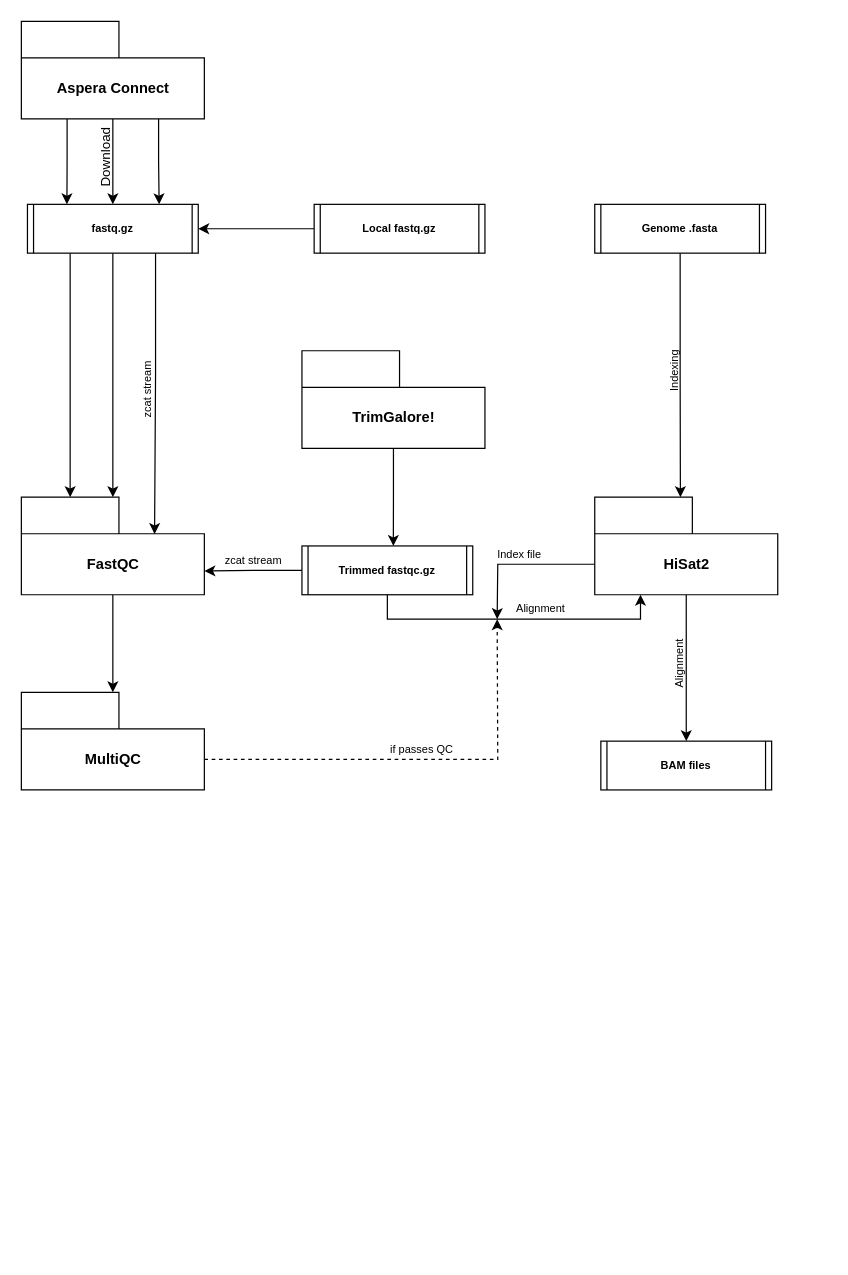
This is pipeline.drawio from Lewsey-Lab/lims-rnaseq, a draw.io file, before an edit. Source tidied: cells renumbered, new cells numbered last; positions are measured from the earlier drawing's top-left corner, leaving out a move shared by most shapes. Both pictures are drawn from the tidied source at 122%, with x=0, y=0 at pixel (21, 21).
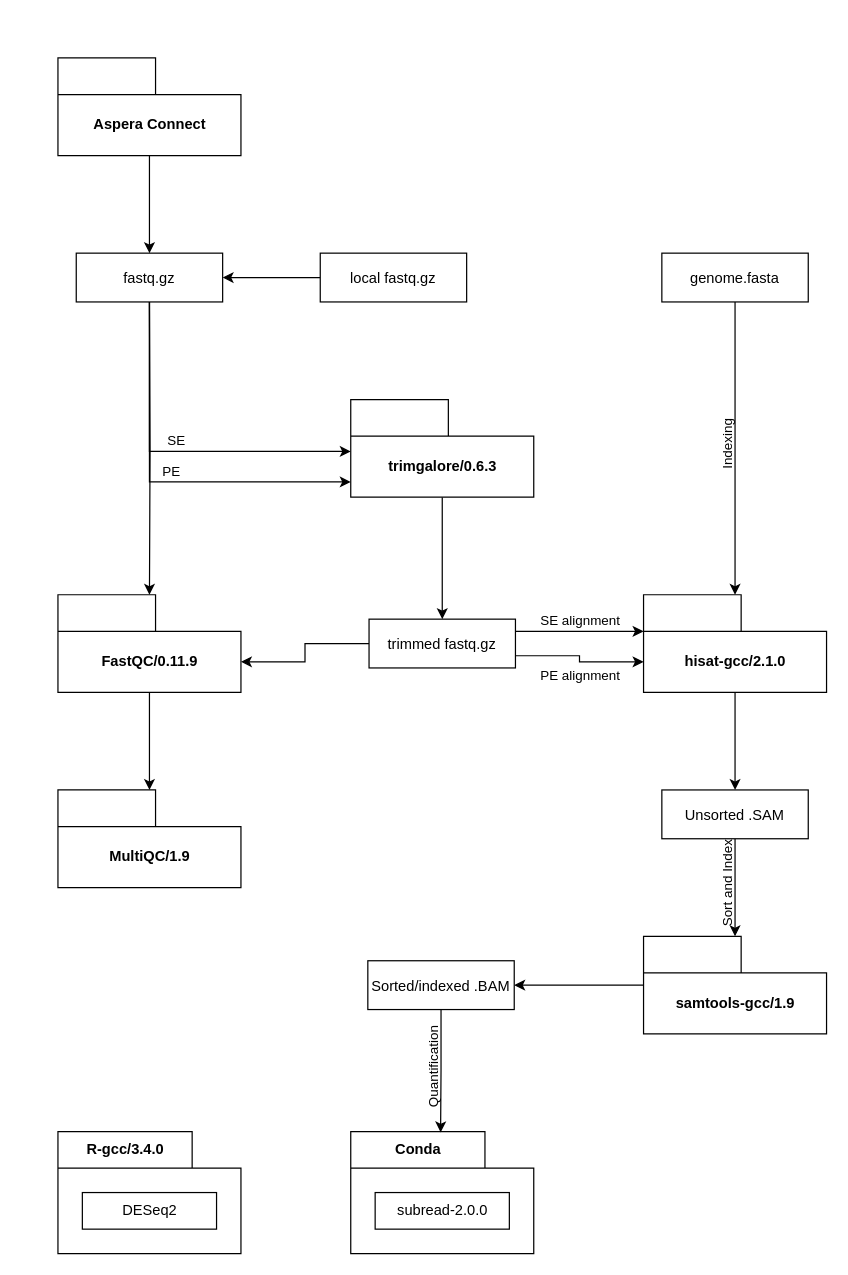
After the change.

Commit message:
updated pipeline diagram

The edit, as a diff of the source:
```diff
@@
-    <mxCell id="2" value="Alignment" style="edgeStyle=orthogonalEdgeStyle;rounded=0;jettySize=auto;labelBackgroundColor=none;fontSize=9;align=center;horizontal=0;verticalAlign=bottom;html=1;exitX=0.5;exitY=1;exitDx=0;exitDy=0;exitPerimeter=0;" parent="1" edge="1" source="25" target="26">
-      <mxGeometry relative="1" as="geometry" />
-    </mxCell>
-    <mxCell id="3" value="Download" style="edgeStyle=orthogonalEdgeStyle;rounded=0;jettySize=auto;html=1;exitX=0.5;exitY=1;exitDx=0;exitDy=0;exitPerimeter=0;entryX=0.5;entryY=0;entryDx=0;entryDy=0;align=center;horizontal=0;verticalAlign=bottom;labelBackgroundColor=none;" parent="1" edge="1" source="6" target="14">
-      <mxGeometry relative="1" as="geometry" />
-    </mxCell>
-    <mxCell id="4" style="edgeStyle=orthogonalEdgeStyle;rounded=0;jettySize=auto;html=1;exitX=0.25;exitY=1;exitDx=0;exitDy=0;exitPerimeter=0;entryX=0.231;entryY=0;entryDx=0;entryDy=0;entryPerimeter=0;align=center;" parent="1" edge="1" source="6" target="14">
-      <mxGeometry relative="1" as="geometry" />
-    </mxCell>
-    <mxCell id="5" style="edgeStyle=orthogonalEdgeStyle;rounded=0;jettySize=auto;html=1;exitX=0.75;exitY=1;exitDx=0;exitDy=0;exitPerimeter=0;align=center;entryX=0.771;entryY=0;entryDx=0;entryDy=0;entryPerimeter=0;" parent="1" edge="1" source="6" target="14">
-      <mxGeometry relative="1" as="geometry" />
-    </mxCell>
+    <mxCell id="27" style="edgeStyle=orthogonalEdgeStyle;rounded=0;jettySize=auto;html=1;" parent="1" edge="1" source="6" target="14">
+      <mxGeometry relative="1" as="geometry" />
+    </mxCell>
     <mxCell id="6" value="Aspera Connect" style="shape=folder;fontStyle=1;tabWidth=80;tabHeight=30;tabPosition=left;html=1;boundedLbl=1;" parent="1" vertex="1">
-      <mxGeometry width="150" height="80" as="geometry" />
+      <mxGeometry x="30" y="30" width="150" height="80" as="geometry" />
     </mxCell>
@@
-    <mxCell id="8" value="FastQC" style="shape=folder;fontStyle=1;tabWidth=80;tabHeight=30;tabPosition=left;html=1;boundedLbl=1;" parent="1" vertex="1">
-      <mxGeometry y="390" width="150" height="80" as="geometry" />
+    <mxCell id="8" value="FastQC/0.11.9" style="shape=folder;fontStyle=1;tabWidth=80;tabHeight=30;tabPosition=left;html=1;boundedLbl=1;" parent="1" vertex="1">
+      <mxGeometry x="30" y="470" width="150" height="80" as="geometry" />
     </mxCell>
-    <mxCell id="9" value="if passes QC" style="edgeStyle=orthogonalEdgeStyle;rounded=0;jettySize=auto;html=1;exitX=0;exitY=0;exitDx=150;exitDy=55;exitPerimeter=0;labelBackgroundColor=none;fontSize=9;align=center;dashed=1;horizontal=1;verticalAlign=bottom;" parent="1" edge="1" source="10">
-      <mxGeometry relative="1" as="geometry">
-        <mxPoint x="390" y="490" as="targetPoint" />
-      </mxGeometry>
-    </mxCell>
-    <mxCell id="10" value="MultiQC" style="shape=folder;fontStyle=1;tabWidth=80;tabHeight=30;tabPosition=left;html=1;boundedLbl=1;" parent="1" vertex="1">
-      <mxGeometry y="550" width="150" height="80" as="geometry" />
+    <mxCell id="10" value="MultiQC/1.9" style="shape=folder;fontStyle=1;tabWidth=80;tabHeight=30;tabPosition=left;html=1;boundedLbl=1;" parent="1" vertex="1">
+      <mxGeometry x="30" y="630" width="150" height="80" as="geometry" />
     </mxCell>
-    <mxCell id="11" style="edgeStyle=orthogonalEdgeStyle;rounded=0;jettySize=auto;html=1;exitX=0.5;exitY=1;exitDx=0;exitDy=0;align=center;horizontal=0;" parent="1" edge="1" source="14" target="8">
-      <mxGeometry relative="1" as="geometry" />
+    <mxCell id="11" style="edgeStyle=orthogonalEdgeStyle;rounded=0;jettySize=auto;html=1;exitX=0.5;exitY=1;exitDx=0;exitDy=0;align=center;horizontal=0;" parent="1" edge="1" target="8">
+      <mxGeometry relative="1" as="geometry">
+        <mxPoint x="105" y="230" as="sourcePoint" />
+      </mxGeometry>
     </mxCell>
-    <mxCell id="12" style="edgeStyle=orthogonalEdgeStyle;rounded=0;jettySize=auto;html=1;exitX=0.25;exitY=1;exitDx=0;exitDy=0;entryX=0;entryY=0;entryDx=40;entryDy=0;entryPerimeter=0;align=center;" parent="1" edge="1" source="14" target="8">
-      <mxGeometry relative="1" as="geometry" />
-    </mxCell>
-    <mxCell id="13" value="zcat stream" style="edgeStyle=orthogonalEdgeStyle;rounded=0;jettySize=auto;html=1;exitX=0.75;exitY=1;exitDx=0;exitDy=0;entryX=0.728;entryY=0.378;entryDx=0;entryDy=0;entryPerimeter=0;align=center;horizontal=0;verticalAlign=bottom;labelBackgroundColor=none;fontSize=9;" parent="1" edge="1" source="14" target="8">
-      <mxGeometry relative="1" as="geometry" />
-    </mxCell>
+    <mxCell id="28" style="edgeStyle=orthogonalEdgeStyle;rounded=0;jettySize=auto;html=1;exitX=0.5;exitY=1;exitDx=0;exitDy=0;exitPerimeter=0;labelBackgroundColor=none;" parent="1" edge="1" source="18" target="42">
+      <mxGeometry relative="1" as="geometry" />
+    </mxCell>
+    <mxCell id="18" value="trimgalore/0.6.3" style="shape=folder;fontStyle=1;tabWidth=80;tabHeight=30;tabPosition=left;html=1;boundedLbl=1;fontSize=12;flipV=0;" parent="1" vertex="1">
+      <mxGeometry x="270" y="310" width="150" height="80" as="geometry" />
+    </mxCell>
+    <mxCell id="29" style="edgeStyle=orthogonalEdgeStyle;rounded=0;jettySize=auto;html=1;exitX=0.5;exitY=1;exitDx=0;exitDy=0;exitPerimeter=0;entryX=0.5;entryY=0;entryDx=0;entryDy=0;labelBackgroundColor=none;" parent="1" edge="1" source="25" target="44">
+      <mxGeometry relative="1" as="geometry" />
+    </mxCell>
+    <mxCell id="25" value="hisat-gcc/2.1.0" style="shape=folder;fontStyle=1;tabWidth=80;tabHeight=30;tabPosition=left;html=1;boundedLbl=1;fontSize=12;" parent="1" vertex="1">
+      <mxGeometry x="510" y="470" width="150" height="80" as="geometry" />
+    </mxCell>
+    <mxCell id="30" value="Conda" style="shape=folder;fontStyle=1;tabWidth=110;tabHeight=30;tabPosition=left;html=1;boundedLbl=1;labelInHeader=1;" parent="1" vertex="1">
+      <mxGeometry x="270" y="910" width="150" height="100" as="geometry" />
+    </mxCell>
+    <mxCell id="31" value="subread-2.0.0" style="html=1;" parent="30" vertex="1">
+      <mxGeometry width="110" height="30" relative="1" as="geometry">
+        <mxPoint x="20" y="50" as="offset" />
+      </mxGeometry>
+    </mxCell>
+    <mxCell id="32" value="R-gcc/3.4.0" style="shape=folder;fontStyle=1;tabWidth=110;tabHeight=30;tabPosition=left;html=1;boundedLbl=1;labelInHeader=1;" parent="1" vertex="1">
+      <mxGeometry x="30" y="910" width="150" height="100" as="geometry" />
+    </mxCell>
+    <mxCell id="33" value="DESeq2" style="html=1;" parent="32" vertex="1">
+      <mxGeometry width="110" height="30" relative="1" as="geometry">
+        <mxPoint x="20" y="50" as="offset" />
+      </mxGeometry>
+    </mxCell>
+    <mxCell id="34" style="edgeStyle=orthogonalEdgeStyle;rounded=0;jettySize=auto;html=1;" parent="1" edge="1" source="37" target="14">
+      <mxGeometry relative="1" as="geometry" />
+    </mxCell>
+    <mxCell id="35" value="SE" style="edgeStyle=orthogonalEdgeStyle;rounded=0;jettySize=auto;html=1;exitX=0.5;exitY=1;exitDx=0;exitDy=0;entryX=0;entryY=0;entryDx=0;entryDy=42.5;entryPerimeter=0;labelBackgroundColor=none;verticalAlign=bottom;" parent="1" edge="1" source="14" target="18">
+      <mxGeometry relative="1" as="geometry" />
+    </mxCell>
+    <mxCell id="36" value="PE" style="edgeStyle=orthogonalEdgeStyle;rounded=0;jettySize=auto;html=1;exitX=0.5;exitY=1;exitDx=0;exitDy=0;entryX=0;entryY=0;entryDx=0;entryDy=67.5;entryPerimeter=0;labelBackgroundColor=none;verticalAlign=bottom;labelPosition=right;verticalLabelPosition=top;align=left;" parent="1" edge="1" source="14" target="18">
+      <mxGeometry relative="1" as="geometry" />
+    </mxCell>
-    <mxCell id="14" value="fastq.gz" style="shape=process2;fixedSize=1;size=5;fontStyle=1;fontSize=9;" parent="1" vertex="1">
-      <mxGeometry x="5" y="150" width="140" height="40" as="geometry" />
+    <mxCell id="14" value="fastq.gz" style="fontStyle=0;" parent="1" vertex="1">
+      <mxGeometry x="45" y="190" width="120" height="40" as="geometry" />
     </mxCell>
-    <mxCell id="15" style="edgeStyle=orthogonalEdgeStyle;rounded=0;jettySize=auto;html=1;exitX=0;exitY=0.5;exitDx=0;exitDy=0;entryX=1;entryY=0.5;entryDx=0;entryDy=0;labelBackgroundColor=none;fontSize=9;align=center;" parent="1" edge="1" source="16" target="14">
-      <mxGeometry relative="1" as="geometry" />
-    </mxCell>
-    <mxCell id="16" value="Local fastq.gz" style="shape=process2;fixedSize=1;size=5;fontStyle=1;fontSize=9;" parent="1" vertex="1">
-      <mxGeometry x="240" y="150" width="140" height="40" as="geometry" />
-    </mxCell>
-    <mxCell id="17" style="edgeStyle=orthogonalEdgeStyle;rounded=0;jettySize=auto;html=1;exitX=0.5;exitY=1;exitDx=0;exitDy=0;exitPerimeter=0;entryX=0.535;entryY=0;entryDx=0;entryDy=0;entryPerimeter=0;labelBackgroundColor=none;fontSize=9;align=center;" parent="1" edge="1" source="18" target="21">
-      <mxGeometry relative="1" as="geometry" />
-    </mxCell>
-    <mxCell id="18" value="TrimGalore!" style="shape=folder;fontStyle=1;tabWidth=80;tabHeight=30;tabPosition=left;html=1;boundedLbl=1;fontSize=12;flipV=0;" parent="1" vertex="1">
-      <mxGeometry x="230" y="270" width="150" height="80" as="geometry" />
-    </mxCell>
-    <mxCell id="19" value="zcat stream" style="edgeStyle=orthogonalEdgeStyle;rounded=0;jettySize=auto;html=1;exitX=0;exitY=0.5;exitDx=0;exitDy=0;entryX=1;entryY=0.756;entryDx=0;entryDy=0;entryPerimeter=0;labelBackgroundColor=none;fontSize=9;align=center;verticalAlign=bottom;" parent="1" edge="1" source="21" target="8">
-      <mxGeometry relative="1" as="geometry" />
-    </mxCell>
-    <mxCell id="20" value="Alignment" style="edgeStyle=orthogonalEdgeStyle;rounded=0;jettySize=auto;html=1;exitX=0.5;exitY=1;exitDx=0;exitDy=0;entryX=0.25;entryY=1;entryDx=0;entryDy=0;entryPerimeter=0;labelBackgroundColor=none;fontSize=9;align=left;verticalAlign=bottom;horizontal=1;labelPosition=right;verticalLabelPosition=top;" parent="1" edge="1" source="21" target="25">
-      <mxGeometry relative="1" as="geometry" />
-    </mxCell>
-    <mxCell id="21" value="Trimmed fastqc.gz" style="shape=process2;fixedSize=1;size=5;fontStyle=1;fontSize=9;" parent="1" vertex="1">
-      <mxGeometry x="230" y="430" width="140" height="40" as="geometry" />
-    </mxCell>
+    <mxCell id="37" value="local fastq.gz" style="fontStyle=0;" parent="1" vertex="1">
+      <mxGeometry x="245" y="190" width="120" height="40" as="geometry" />
+    </mxCell>
-    <mxCell id="22" value="Indexing" style="edgeStyle=orthogonalEdgeStyle;rounded=0;jettySize=auto;html=1;exitX=0.5;exitY=1;exitDx=0;exitDy=0;entryX=0.468;entryY=0;entryDx=0;entryDy=0;labelBackgroundColor=none;fontSize=9;align=center;verticalAlign=bottom;horizontal=0;entryPerimeter=0;" parent="1" edge="1" source="23" target="25">
+    <mxCell id="22" value="Indexing" style="edgeStyle=orthogonalEdgeStyle;rounded=0;jettySize=auto;html=1;exitX=0.5;exitY=1;exitDx=0;exitDy=0;horizontal=0;labelBackgroundColor=none;verticalAlign=bottom;" parent="1" edge="1" source="38" target="25">
       <mxGeometry relative="1" as="geometry" />
     </mxCell>
-    <mxCell id="23" value="Genome .fasta" style="shape=process2;fixedSize=1;size=5;fontStyle=1;fontSize=9;flipV=0;" parent="1" vertex="1">
-      <mxGeometry x="470" y="150" width="140" height="40" as="geometry" />
-    </mxCell>
-    <mxCell id="24" value="Index file" style="edgeStyle=orthogonalEdgeStyle;rounded=0;jettySize=auto;html=1;exitX=0;exitY=0;exitDx=0;exitDy=55;exitPerimeter=0;labelBackgroundColor=none;fontSize=9;align=center;verticalAlign=bottom;" parent="1" edge="1" source="25">
-      <mxGeometry relative="1" as="geometry">
-        <mxPoint x="390" y="490" as="targetPoint" />
-      </mxGeometry>
-    </mxCell>
-    <mxCell id="25" value="HiSat2" style="shape=folder;fontStyle=1;tabWidth=80;tabHeight=30;tabPosition=left;html=1;boundedLbl=1;fontSize=12;" parent="1" vertex="1">
-      <mxGeometry x="470" y="390" width="150" height="80" as="geometry" />
-    </mxCell>
-    <mxCell id="26" value="BAM files" style="shape=process2;fixedSize=1;size=5;fontStyle=1;fontSize=9;" parent="1" vertex="1">
-      <mxGeometry x="475" y="590" width="140" height="40" as="geometry" />
-    </mxCell>
+    <mxCell id="38" value="genome.fasta" style="fontStyle=0;" parent="1" vertex="1">
+      <mxGeometry x="525" y="190" width="120" height="40" as="geometry" />
+    </mxCell>
+    <mxCell id="39" style="edgeStyle=orthogonalEdgeStyle;rounded=0;jettySize=auto;html=1;exitX=0;exitY=0.5;exitDx=0;exitDy=0;entryX=0;entryY=0;entryDx=150;entryDy=55;entryPerimeter=0;labelBackgroundColor=none;" parent="1" edge="1" source="42" target="8">
+      <mxGeometry relative="1" as="geometry" />
+    </mxCell>
+    <mxCell id="40" value="SE alignment" style="edgeStyle=orthogonalEdgeStyle;rounded=0;jettySize=auto;html=1;exitX=1;exitY=0.25;exitDx=0;exitDy=0;entryX=0;entryY=0;entryDx=0;entryDy=30;entryPerimeter=0;labelBackgroundColor=none;verticalAlign=bottom;" parent="1" edge="1" source="42" target="25">
+      <mxGeometry relative="1" as="geometry" />
+    </mxCell>
+    <mxCell id="41" value="PE alignment" style="edgeStyle=orthogonalEdgeStyle;rounded=0;jettySize=auto;html=1;exitX=1;exitY=0.75;exitDx=0;exitDy=0;labelBackgroundColor=none;verticalAlign=top;entryX=0;entryY=0;entryDx=0;entryDy=55;entryPerimeter=0;" parent="1" edge="1" source="42" target="25">
+      <mxGeometry relative="1" as="geometry" />
+    </mxCell>
+    <mxCell id="42" value="trimmed fastq.gz" style="fontStyle=0;labelBackgroundColor=none;" parent="1" vertex="1">
+      <mxGeometry x="285" y="490" width="120" height="40" as="geometry" />
+    </mxCell>
+    <mxCell id="43" value="Sort and Index" style="edgeStyle=orthogonalEdgeStyle;rounded=0;jettySize=auto;html=1;exitX=0.5;exitY=1;exitDx=0;exitDy=0;labelBackgroundColor=none;horizontal=0;verticalAlign=bottom;" parent="1" edge="1" source="44" target="45">
+      <mxGeometry relative="1" as="geometry" />
+    </mxCell>
+    <mxCell id="44" value="Unsorted .SAM" style="fontStyle=0;labelBackgroundColor=none;" parent="1" vertex="1">
+      <mxGeometry x="525" y="630" width="120" height="40" as="geometry" />
+    </mxCell>
+    <mxCell id="45" value="samtools-gcc/1.9" style="shape=folder;fontStyle=1;tabWidth=80;tabHeight=30;tabPosition=left;html=1;boundedLbl=1;labelBackgroundColor=none;" parent="1" vertex="1">
+      <mxGeometry x="510" y="750" width="150" height="80" as="geometry" />
+    </mxCell>
+    <mxCell id="46" style="edgeStyle=orthogonalEdgeStyle;rounded=0;jettySize=auto;html=1;labelBackgroundColor=none;" parent="1" edge="1" source="45" target="48">
+      <mxGeometry relative="1" as="geometry" />
+    </mxCell>
+    <mxCell id="47" value="Quantification" style="edgeStyle=orthogonalEdgeStyle;rounded=0;jettySize=auto;html=1;exitX=0.5;exitY=1;exitDx=0;exitDy=0;entryX=0.491;entryY=0.007;entryDx=0;entryDy=0;entryPerimeter=0;labelBackgroundColor=none;verticalAlign=bottom;horizontal=0;" parent="1" edge="1" source="48" target="30">
+      <mxGeometry relative="1" as="geometry" />
+    </mxCell>
+    <mxCell id="48" value="Sorted/indexed .BAM" style="fontStyle=0;labelBackgroundColor=none;" parent="1" vertex="1">
+      <mxGeometry x="284" y="770" width="120" height="40" as="geometry" />
+    </mxCell>
```
